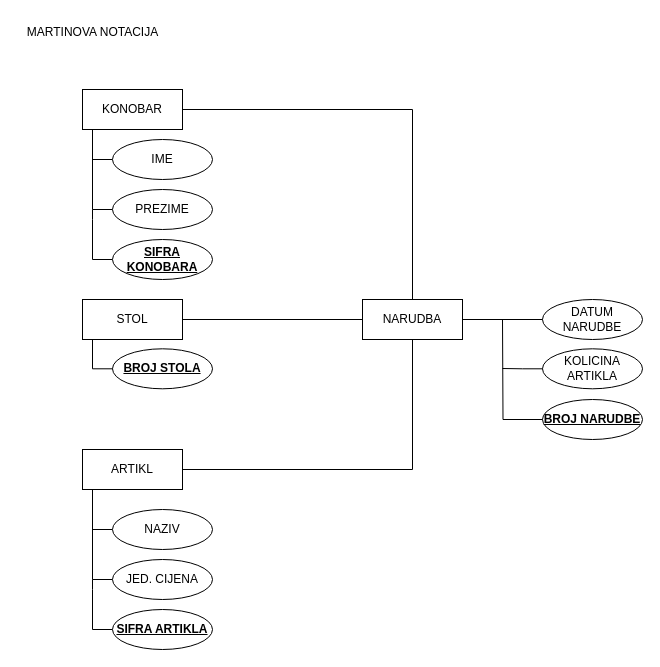
Earlier version of the draw.io diagram BP_vjezbe_20231011.drawio (ivorp95/Telematika). Source tidied: cells renumbered, new cells numbered last; positions are measured from the earlier drawing's top-left corner, leaving out a move shared by most shapes. Both pictures are drawn from the tidied source at 100%, with x=0, y=0 at pixel (17, 17).
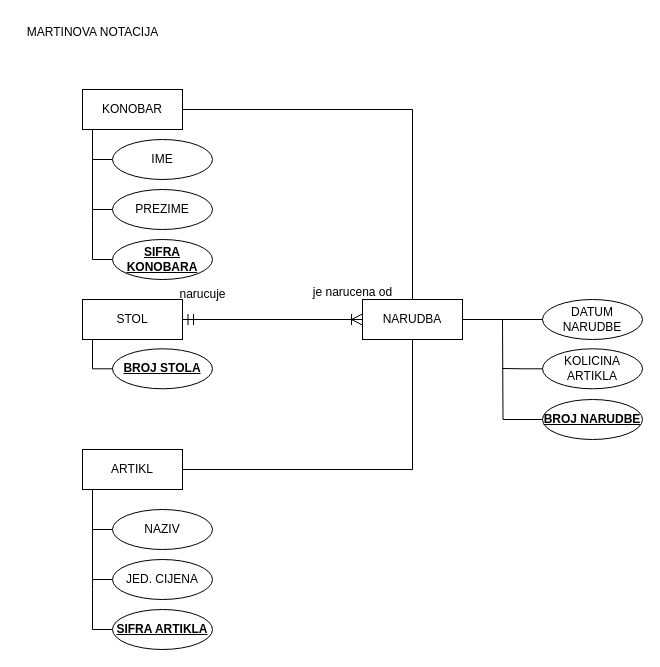
Above is the later version.

Unchanged cells that the change refers to:
```xml
<mxCell id="2" value="STOL" style="whiteSpace=wrap;html=1;align=center;" parent="1" vertex="1">
  <mxGeometry x="65" y="282" width="100" height="40" as="geometry" />
</mxCell>
<mxCell id="8" value="NARUDBA" style="whiteSpace=wrap;html=1;align=center;" parent="1" vertex="1">
  <mxGeometry x="345" y="282" width="100" height="40" as="geometry" />
</mxCell>
```

Diff of the diagram source:
```diff
@@
-    <mxCell id="6" style="edgeStyle=orthogonalEdgeStyle;rounded=0;jettySize=auto;html=1;exitX=0;exitY=0.5;exitDx=0;exitDy=0;entryX=1;entryY=0.5;entryDx=0;entryDy=0;endArrow=none;endFill=0;" parent="1" edge="1" source="8" target="2">
+    <mxCell id="6" style="edgeStyle=orthogonalEdgeStyle;rounded=0;jettySize=auto;html=1;exitX=0;exitY=0.5;exitDx=0;exitDy=0;entryX=1;entryY=0.5;entryDx=0;entryDy=0;endArrow=ERmandOne;endFill=0;startArrow=ERoneToMany;startFill=0;targetPerimeterSpacing=0;endSize=9;startSize=9;" parent="1" edge="1" source="8" target="2">
       <mxGeometry relative="1" as="geometry" />
     </mxCell>
@@
+    <mxCell id="30" value="narucuje" style="text;html=1;align=center;verticalAlign=middle;strokeColor=none;fillColor=none;" parent="1" vertex="1">
+      <mxGeometry x="150" y="262" width="70" height="30" as="geometry" />
+    </mxCell>
+    <mxCell id="31" value="je narucena od" style="text;html=1;align=center;verticalAlign=middle;strokeColor=none;fillColor=none;" parent="1" vertex="1">
+      <mxGeometry x="285" y="260" width="100" height="30" as="geometry" />
+    </mxCell>
```
